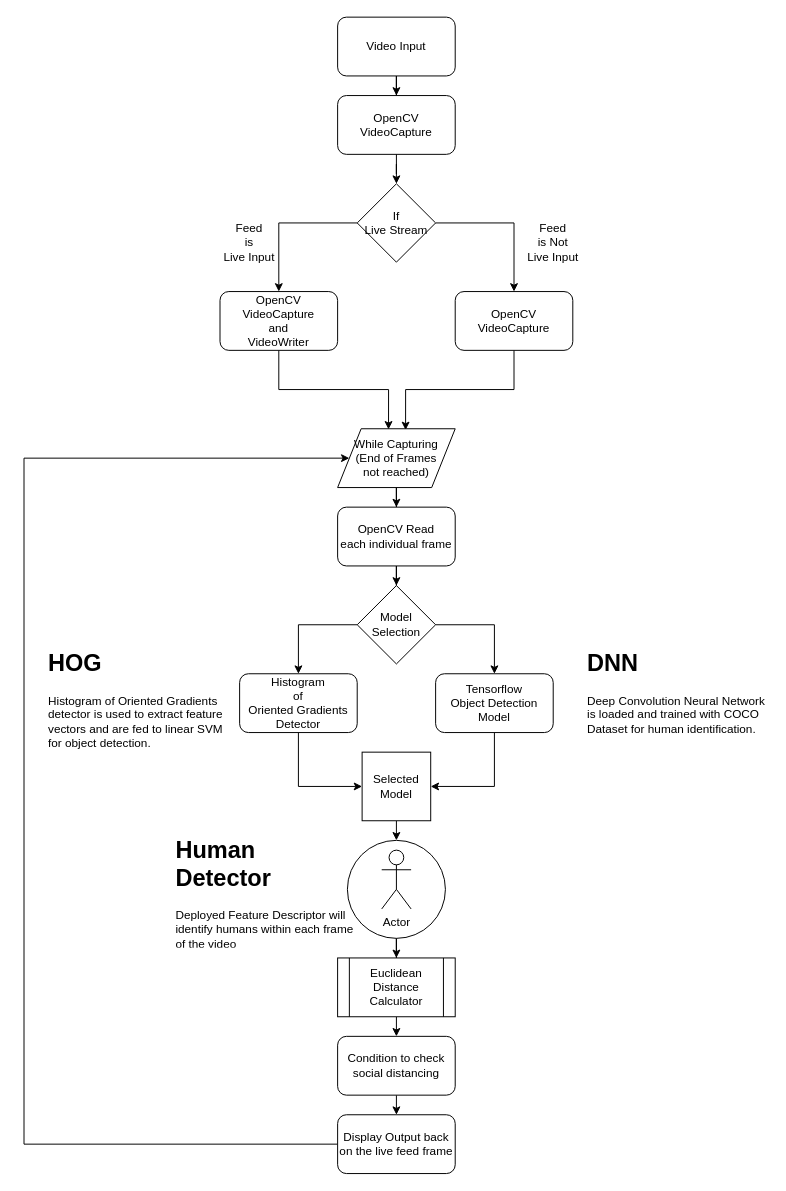
Earlier version of the draw.io diagram INFO-634.drawio (Vuthej/hello-world). Source tidied: cells renumbered, new cells numbered last; positions are measured from the earlier drawing's top-left corner, leaving out a move shared by most shapes. Both pictures are drawn from the tidied source at 98%, with x=0, y=0 at pixel (24, 17).
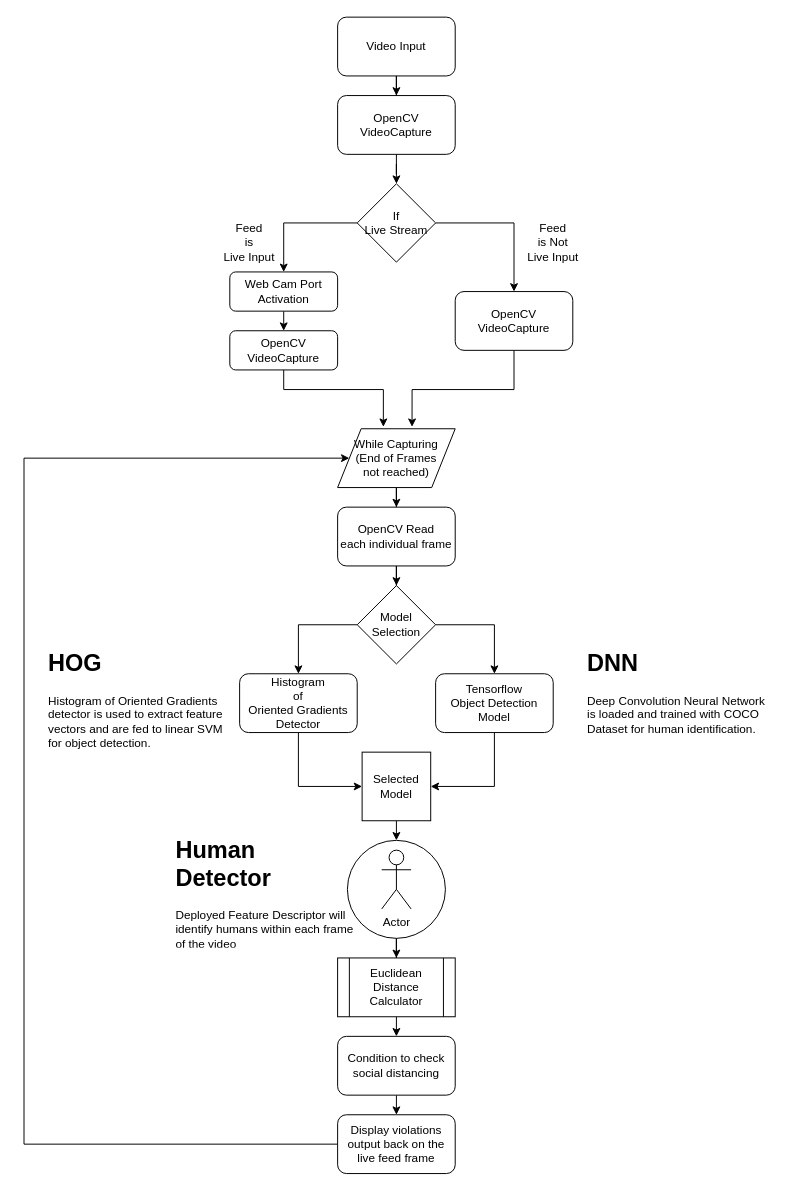
The same diagram, later.

The change refers to these unchanged cells:
```xml
<mxCell id="6" value="OpenCV VideoCapture" style="rounded=1;whiteSpace=wrap;html=1;" parent="1" vertex="1">
  <mxGeometry x="440" y="280" width="120" height="60" as="geometry" />
</mxCell>
<mxCell id="11" value="While Capturing&lt;br&gt;(End of Frames&lt;br&gt;not reached)" style="shape=parallelogram;perimeter=parallelogramPerimeter;whiteSpace=wrap;html=1;" parent="1" vertex="1">
  <mxGeometry x="320" y="420" width="120" height="60" as="geometry" />
</mxCell>
```

Change to the diagram source:
```diff
@@
-    <mxCell id="5" style="edgeStyle=orthogonalEdgeStyle;rounded=0;jettySize=auto;html=1;entryX=0.578;entryY=0.022;entryDx=0;entryDy=0;entryPerimeter=0;" parent="1" edge="1" source="6" target="11">
+    <mxCell id="5" style="edgeStyle=orthogonalEdgeStyle;rounded=0;jettySize=auto;html=1;entryX=0.633;entryY=-0.033;entryDx=0;entryDy=0;entryPerimeter=0;" parent="1" edge="1" source="6" target="11">
       <mxGeometry relative="1" as="geometry" />
     </mxCell>
@@
-    <mxCell id="21" style="edgeStyle=orthogonalEdgeStyle;rounded=0;jettySize=auto;html=1;exitX=0.5;exitY=1;exitDx=0;exitDy=0;entryX=0.433;entryY=0.011;entryDx=0;entryDy=0;entryPerimeter=0;" parent="1" edge="1" source="22" target="11">
-      <mxGeometry relative="1" as="geometry" />
-    </mxCell>
+    <mxCell id="40" style="edgeStyle=orthogonalEdgeStyle;rounded=0;jettySize=auto;html=1;" parent="1" edge="1" source="22">
+      <mxGeometry relative="1" as="geometry">
+        <mxPoint x="265" y="320" as="targetPoint" />
+      </mxGeometry>
+    </mxCell>
-    <mxCell id="22" value="OpenCV&lt;br&gt;VideoCapture&lt;br&gt;and&lt;br&gt;VideoWriter" style="rounded=1;whiteSpace=wrap;html=1;" parent="1" vertex="1">
-      <mxGeometry x="200" y="280" width="120" height="60" as="geometry" />
+    <mxCell id="22" value="Web Cam Port Activation" style="rounded=1;whiteSpace=wrap;html=1;" parent="1" vertex="1">
+      <mxGeometry x="210" y="260" width="110" height="40" as="geometry" />
     </mxCell>
@@
-    <mxCell id="29" value="Display Output back on the live feed frame" style="rounded=1;whiteSpace=wrap;html=1;" parent="1" vertex="1">
+    <mxCell id="29" value="Display violations output back on the live feed frame" style="rounded=1;whiteSpace=wrap;html=1;" parent="1" vertex="1">
       <mxGeometry x="320" y="1120" width="120" height="60" as="geometry" />
     </mxCell>
@@
+    <mxCell id="41" style="edgeStyle=orthogonalEdgeStyle;rounded=0;jettySize=auto;html=1;entryX=0.389;entryY=-0.033;entryDx=0;entryDy=0;entryPerimeter=0;" parent="1" edge="1" source="42" target="11">
+      <mxGeometry relative="1" as="geometry">
+        <Array as="points">
+          <mxPoint x="265" y="380" />
+          <mxPoint x="367" y="380" />
+        </Array>
+      </mxGeometry>
+    </mxCell>
+    <mxCell id="42" value="&lt;span&gt;OpenCV&lt;/span&gt;&lt;br&gt;&lt;span&gt;VideoCapture&lt;/span&gt;" style="rounded=1;whiteSpace=wrap;html=1;" parent="1" vertex="1">
+      <mxGeometry x="210" y="320" width="110" height="40" as="geometry" />
+    </mxCell>
```
